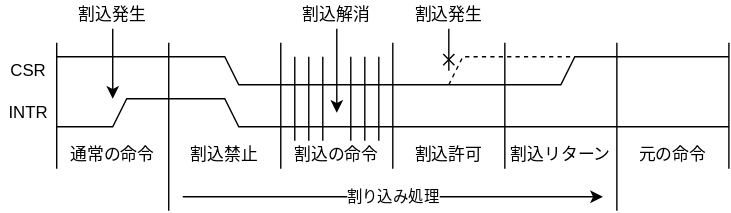
Earlier version of the draw.io export Lab/Computer/RK16/01_Architecture/img/intr_timing.dio.svg (amane-uehara/kanade-k-1228.github.io). Source tidied: cells renumbered, new cells last; positions are measured from the earlier drawing's top-left corner, leaving out a move shared by most shapes.
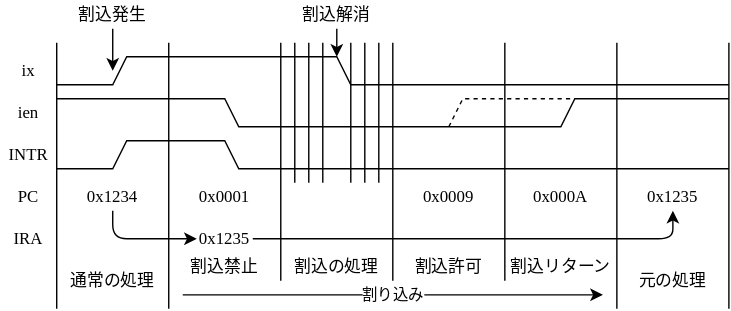
Later version of the same file.

What changed in the source:
```diff
@@ -2,22 +2,22 @@
   <root>
     <mxCell id="0" />
     <mxCell id="1" parent="0" />
-    <mxCell id="2" style="endArrow=classic;html=1;" parent="1" edge="1">
+    <mxCell id="2" style="endArrow=classic;html=1;fontFamily='Kosugi Maru';fontSource=https%3A%2F%2Ffonts.googleapis.com%2Fcss%3Ffamily%3D'Kosugi%2BMaru';" parent="1" edge="1">
       <mxGeometry relative="1" as="geometry">
-        <mxPoint x="80" y="20" as="sourcePoint" />
-        <mxPoint x="80" y="70" as="targetPoint" />
+        <mxPoint x="80" y="-10" as="sourcePoint" />
+        <mxPoint x="80" y="20" as="targetPoint" />
       </mxGeometry>
     </mxCell>
-    <mxCell id="3" style="endArrow=none;html=1;" parent="1" edge="1">
+    <mxCell id="3" style="endArrow=none;html=1;fontFamily='Kosugi Maru';fontSource=https%3A%2F%2Ffonts.googleapis.com%2Fcss%3Ffamily%3D'Kosugi%2BMaru';" parent="1" edge="1">
       <mxGeometry relative="1" as="geometry">
-        <mxPoint x="40" y="120" as="sourcePoint" />
-        <mxPoint x="40" y="30" as="targetPoint" />
+        <mxPoint x="40" y="190" as="sourcePoint" />
+        <mxPoint x="40" as="targetPoint" />
       </mxGeometry>
     </mxCell>
-    <mxCell id="4" value="割込発生" style="text;html=1;strokeColor=none;fillColor=none;align=center;verticalAlign=middle;whiteSpace=wrap;rounded=0;" parent="1" vertex="1">
-      <mxGeometry x="50" width="60" height="20" as="geometry" />
+    <mxCell id="4" value="割込発生" style="text;html=1;strokeColor=none;fillColor=none;align=center;verticalAlign=middle;whiteSpace=wrap;rounded=0;fontFamily='Kosugi Maru';fontSource=https%3A%2F%2Ffonts.googleapis.com%2Fcss%3Ffamily%3D'Kosugi%2BMaru';" parent="1" vertex="1">
+      <mxGeometry x="50" y="-30" width="60" height="20" as="geometry" />
     </mxCell>
-    <mxCell id="5" style="endArrow=none;html=1;rounded=0;" parent="1" edge="1">
+    <mxCell id="5" style="endArrow=none;html=1;rounded=0;fontFamily='Kosugi Maru';fontSource=https%3A%2F%2Ffonts.googleapis.com%2Fcss%3Ffamily%3D'Kosugi%2BMaru';" parent="1" edge="1">
       <mxGeometry relative="1" as="geometry">
         <mxPoint x="40" y="90" as="sourcePoint" />
         <mxPoint x="120" y="70" as="targetPoint" />
@@ -27,22 +27,22 @@
         </Array>
       </mxGeometry>
     </mxCell>
-    <mxCell id="6" value="通常の命令" style="text;html=1;strokeColor=none;fillColor=none;align=center;verticalAlign=middle;whiteSpace=wrap;rounded=0;" parent="1" vertex="1">
-      <mxGeometry x="40" y="100" width="80" height="20" as="geometry" />
+    <mxCell id="6" value="通常の処理" style="text;html=1;strokeColor=none;fillColor=none;align=center;verticalAlign=middle;whiteSpace=wrap;rounded=0;fontFamily='Kosugi Maru';fontSource=https%3A%2F%2Ffonts.googleapis.com%2Fcss%3Ffamily%3D'Kosugi%2BMaru';" parent="1" vertex="1">
+      <mxGeometry x="40" y="160" width="80" height="20" as="geometry" />
     </mxCell>
-    <mxCell id="7" value="INTR" style="text;html=1;strokeColor=none;fillColor=none;align=center;verticalAlign=middle;whiteSpace=wrap;rounded=0;" parent="1" vertex="1">
+    <mxCell id="7" value="INTR" style="text;html=1;strokeColor=none;fillColor=none;align=center;verticalAlign=middle;whiteSpace=wrap;rounded=0;fontFamily='Kosugi Maru';fontSource=https%3A%2F%2Ffonts.googleapis.com%2Fcss%3Ffamily%3D'Kosugi%2BMaru';" parent="1" vertex="1">
       <mxGeometry y="70" width="40" height="20" as="geometry" />
     </mxCell>
-    <mxCell id="8" value="割込の命令" style="text;html=1;strokeColor=none;fillColor=none;align=center;verticalAlign=middle;whiteSpace=wrap;rounded=0;" parent="1" vertex="1">
-      <mxGeometry x="200" y="100" width="80" height="20" as="geometry" />
+    <mxCell id="8" value="割込の処理" style="text;html=1;strokeColor=none;fillColor=none;align=center;verticalAlign=middle;whiteSpace=wrap;rounded=0;fontFamily='Kosugi Maru';fontSource=https%3A%2F%2Ffonts.googleapis.com%2Fcss%3Ffamily%3D'Kosugi%2BMaru';" parent="1" vertex="1">
+      <mxGeometry x="200" y="150" width="80" height="20" as="geometry" />
     </mxCell>
-    <mxCell id="9" style="endArrow=none;html=1;" parent="1" edge="1">
+    <mxCell id="9" style="endArrow=none;html=1;fontFamily='Kosugi Maru';fontSource=https%3A%2F%2Ffonts.googleapis.com%2Fcss%3Ffamily%3D'Kosugi%2BMaru';" parent="1" edge="1">
       <mxGeometry relative="1" as="geometry">
         <mxPoint x="220" y="100" as="sourcePoint" />
-        <mxPoint x="220" y="40" as="targetPoint" />
+        <mxPoint x="220" as="targetPoint" />
       </mxGeometry>
     </mxCell>
-    <mxCell id="10" style="endArrow=none;html=1;rounded=0;" parent="1" edge="1">
+    <mxCell id="10" style="endArrow=none;html=1;rounded=0;fontFamily='Kosugi Maru';fontSource=https%3A%2F%2Ffonts.googleapis.com%2Fcss%3Ffamily%3D'Kosugi%2BMaru';" parent="1" edge="1">
       <mxGeometry relative="1" as="geometry">
         <mxPoint x="120" y="70" as="sourcePoint" />
         <mxPoint x="200" y="90" as="targetPoint" />
@@ -52,61 +52,61 @@
         </Array>
       </mxGeometry>
     </mxCell>
-    <mxCell id="11" style="endArrow=none;html=1;" parent="1" edge="1">
+    <mxCell id="11" style="endArrow=none;html=1;fontFamily='Kosugi Maru';fontSource=https%3A%2F%2Ffonts.googleapis.com%2Fcss%3Ffamily%3D'Kosugi%2BMaru';" parent="1" edge="1">
       <mxGeometry relative="1" as="geometry">
         <mxPoint x="230" y="100" as="sourcePoint" />
-        <mxPoint x="230" y="40" as="targetPoint" />
+        <mxPoint x="230" as="targetPoint" />
       </mxGeometry>
     </mxCell>
-    <mxCell id="12" style="endArrow=classic;html=1;" parent="1" edge="1">
+    <mxCell id="12" style="endArrow=classic;html=1;fontFamily='Kosugi Maru';fontSource=https%3A%2F%2Ffonts.googleapis.com%2Fcss%3Ffamily%3D'Kosugi%2BMaru';" parent="1" edge="1">
       <mxGeometry relative="1" as="geometry">
-        <mxPoint x="240" y="20" as="sourcePoint" />
-        <mxPoint x="240" y="80" as="targetPoint" />
+        <mxPoint x="240" y="-10" as="sourcePoint" />
+        <mxPoint x="240" y="10" as="targetPoint" />
       </mxGeometry>
     </mxCell>
-    <mxCell id="13" value="割込解消" style="text;html=1;strokeColor=none;fillColor=none;align=center;verticalAlign=middle;whiteSpace=wrap;rounded=0;" parent="1" vertex="1">
-      <mxGeometry x="210" width="60" height="20" as="geometry" />
+    <mxCell id="13" value="割込解消" style="text;html=1;strokeColor=none;fillColor=none;align=center;verticalAlign=middle;whiteSpace=wrap;rounded=0;fontFamily='Kosugi Maru';fontSource=https%3A%2F%2Ffonts.googleapis.com%2Fcss%3Ffamily%3D'Kosugi%2BMaru';" parent="1" vertex="1">
+      <mxGeometry x="210" y="-30" width="60" height="20" as="geometry" />
     </mxCell>
-    <mxCell id="14" style="endArrow=none;html=1;rounded=0;" parent="1" edge="1">
+    <mxCell id="14" style="endArrow=none;html=1;rounded=0;fontFamily='Kosugi Maru';fontSource=https%3A%2F%2Ffonts.googleapis.com%2Fcss%3Ffamily%3D'Kosugi%2BMaru';" parent="1" edge="1">
       <mxGeometry relative="1" as="geometry">
         <mxPoint x="280" y="90" as="sourcePoint" />
         <mxPoint x="520" y="90" as="targetPoint" />
       </mxGeometry>
     </mxCell>
-    <mxCell id="15" style="endArrow=none;html=1;" parent="1" edge="1">
+    <mxCell id="15" style="endArrow=none;html=1;fontFamily='Kosugi Maru';fontSource=https%3A%2F%2Ffonts.googleapis.com%2Fcss%3Ffamily%3D'Kosugi%2BMaru';" parent="1" edge="1">
       <mxGeometry relative="1" as="geometry">
         <mxPoint x="260" y="100" as="sourcePoint" />
-        <mxPoint x="260" y="40" as="targetPoint" />
+        <mxPoint x="260" as="targetPoint" />
       </mxGeometry>
     </mxCell>
-    <mxCell id="16" style="endArrow=none;html=1;" parent="1" edge="1">
+    <mxCell id="16" style="endArrow=none;html=1;fontFamily='Kosugi Maru';fontSource=https%3A%2F%2Ffonts.googleapis.com%2Fcss%3Ffamily%3D'Kosugi%2BMaru';" parent="1" edge="1">
       <mxGeometry relative="1" as="geometry">
         <mxPoint x="270" y="100" as="sourcePoint" />
-        <mxPoint x="270" y="40" as="targetPoint" />
+        <mxPoint x="270" as="targetPoint" />
       </mxGeometry>
     </mxCell>
-    <mxCell id="17" style="endArrow=none;html=1;" parent="1" edge="1">
+    <mxCell id="17" style="endArrow=none;html=1;fontFamily='Kosugi Maru';fontSource=https%3A%2F%2Ffonts.googleapis.com%2Fcss%3Ffamily%3D'Kosugi%2BMaru';" parent="1" edge="1">
       <mxGeometry relative="1" as="geometry">
         <mxPoint x="210" y="100" as="sourcePoint" />
-        <mxPoint x="210" y="40" as="targetPoint" />
+        <mxPoint x="210" as="targetPoint" />
       </mxGeometry>
     </mxCell>
-    <mxCell id="18" value="割込許可" style="text;html=1;strokeColor=none;fillColor=none;align=center;verticalAlign=middle;whiteSpace=wrap;rounded=0;" parent="1" vertex="1">
-      <mxGeometry x="280" y="100" width="80" height="20" as="geometry" />
+    <mxCell id="18" value="割込許可" style="text;html=1;strokeColor=none;fillColor=none;align=center;verticalAlign=middle;whiteSpace=wrap;rounded=0;fontFamily='Kosugi Maru';fontSource=https%3A%2F%2Ffonts.googleapis.com%2Fcss%3Ffamily%3D'Kosugi%2BMaru';" parent="1" vertex="1">
+      <mxGeometry x="280" y="150" width="80" height="20" as="geometry" />
     </mxCell>
-    <mxCell id="19" value="割込禁止" style="text;html=1;strokeColor=none;fillColor=none;align=center;verticalAlign=middle;whiteSpace=wrap;rounded=0;" parent="1" vertex="1">
-      <mxGeometry x="120" y="100" width="80" height="20" as="geometry" />
+    <mxCell id="19" value="割込禁止" style="text;html=1;strokeColor=none;fillColor=none;align=center;verticalAlign=middle;whiteSpace=wrap;rounded=0;fontFamily='Kosugi Maru';fontSource=https%3A%2F%2Ffonts.googleapis.com%2Fcss%3Ffamily%3D'Kosugi%2BMaru';" parent="1" vertex="1">
+      <mxGeometry x="120" y="150" width="80" height="20" as="geometry" />
     </mxCell>
-    <mxCell id="20" style="endArrow=none;html=1;rounded=0;" parent="1" edge="1">
+    <mxCell id="20" style="endArrow=none;html=1;rounded=0;fontFamily='Kosugi Maru';fontSource=https%3A%2F%2Ffonts.googleapis.com%2Fcss%3Ffamily%3D'Kosugi%2BMaru';" parent="1" edge="1">
       <mxGeometry relative="1" as="geometry">
         <mxPoint x="200" y="90" as="sourcePoint" />
         <mxPoint x="280" y="90" as="targetPoint" />
       </mxGeometry>
     </mxCell>
-    <mxCell id="21" value="CSR" style="text;html=1;strokeColor=none;fillColor=none;align=center;verticalAlign=middle;whiteSpace=wrap;rounded=0;" parent="1" vertex="1">
+    <mxCell id="21" value="ien" style="text;html=1;strokeColor=none;fillColor=none;align=center;verticalAlign=middle;whiteSpace=wrap;rounded=0;fontFamily='Kosugi Maru';fontSource=https%3A%2F%2Ffonts.googleapis.com%2Fcss%3Ffamily%3D'Kosugi%2BMaru';" parent="1" vertex="1">
       <mxGeometry y="40" width="40" height="20" as="geometry" />
     </mxCell>
-    <mxCell id="22" style="endArrow=none;html=1;rounded=0;" parent="1" edge="1">
+    <mxCell id="22" style="endArrow=none;html=1;rounded=0;fontFamily='Kosugi Maru';fontSource=https%3A%2F%2Ffonts.googleapis.com%2Fcss%3Ffamily%3D'Kosugi%2BMaru';" parent="1" edge="1">
       <mxGeometry relative="1" as="geometry">
         <mxPoint x="40" y="40" as="sourcePoint" />
         <mxPoint x="200" y="60" as="targetPoint" />
@@ -116,7 +116,7 @@
         </Array>
       </mxGeometry>
     </mxCell>
-    <mxCell id="23" style="endArrow=none;html=1;rounded=0;" parent="1" edge="1">
+    <mxCell id="23" style="endArrow=none;html=1;rounded=0;fontFamily='Kosugi Maru';fontSource=https%3A%2F%2Ffonts.googleapis.com%2Fcss%3Ffamily%3D'Kosugi%2BMaru';" parent="1" edge="1">
       <mxGeometry relative="1" as="geometry">
         <mxPoint x="200" y="60" as="sourcePoint" />
         <mxPoint x="520" y="40" as="targetPoint" />
@@ -126,49 +126,46 @@
         </Array>
       </mxGeometry>
     </mxCell>
-    <mxCell id="24" value="割込リターン" style="text;html=1;strokeColor=none;fillColor=none;align=center;verticalAlign=middle;whiteSpace=wrap;rounded=0;" parent="1" vertex="1">
-      <mxGeometry x="360" y="100" width="80" height="20" as="geometry" />
-    </mxCell>
-    <mxCell id="25" style="endArrow=none;html=1;" parent="1" edge="1">
+    <mxCell id="25" style="endArrow=none;html=1;fontFamily='Kosugi Maru';fontSource=https%3A%2F%2Ffonts.googleapis.com%2Fcss%3Ffamily%3D'Kosugi%2BMaru';" parent="1" edge="1">
       <mxGeometry relative="1" as="geometry">
-        <mxPoint x="120" y="150" as="sourcePoint" />
-        <mxPoint x="120" y="30" as="targetPoint" />
+        <mxPoint x="120" y="190" as="sourcePoint" />
+        <mxPoint x="120" as="targetPoint" />
       </mxGeometry>
     </mxCell>
-    <mxCell id="26" style="endArrow=none;html=1;" parent="1" edge="1">
+    <mxCell id="26" style="endArrow=none;html=1;fontFamily='Kosugi Maru';fontSource=https%3A%2F%2Ffonts.googleapis.com%2Fcss%3Ffamily%3D'Kosugi%2BMaru';" parent="1" edge="1">
       <mxGeometry relative="1" as="geometry">
-        <mxPoint x="200" y="120" as="sourcePoint" />
-        <mxPoint x="200" y="30" as="targetPoint" />
+        <mxPoint x="200" y="170" as="sourcePoint" />
+        <mxPoint x="200" as="targetPoint" />
       </mxGeometry>
     </mxCell>
-    <mxCell id="27" style="endArrow=none;html=1;" parent="1" edge="1">
+    <mxCell id="27" style="endArrow=none;html=1;fontFamily='Kosugi Maru';fontSource=https%3A%2F%2Ffonts.googleapis.com%2Fcss%3Ffamily%3D'Kosugi%2BMaru';" parent="1" edge="1">
       <mxGeometry relative="1" as="geometry">
-        <mxPoint x="280" y="120" as="sourcePoint" />
-        <mxPoint x="280" y="30" as="targetPoint" />
+        <mxPoint x="280" y="170" as="sourcePoint" />
+        <mxPoint x="280" as="targetPoint" />
       </mxGeometry>
     </mxCell>
-    <mxCell id="28" style="endArrow=none;html=1;" parent="1" edge="1">
+    <mxCell id="28" style="endArrow=none;html=1;fontFamily='Kosugi Maru';fontSource=https%3A%2F%2Ffonts.googleapis.com%2Fcss%3Ffamily%3D'Kosugi%2BMaru';" parent="1" edge="1">
       <mxGeometry relative="1" as="geometry">
-        <mxPoint x="360" y="120" as="sourcePoint" />
-        <mxPoint x="360" y="30" as="targetPoint" />
+        <mxPoint x="360" y="170" as="sourcePoint" />
+        <mxPoint x="360" as="targetPoint" />
       </mxGeometry>
     </mxCell>
-    <mxCell id="29" style="endArrow=none;html=1;" parent="1" edge="1">
+    <mxCell id="29" style="endArrow=none;html=1;fontFamily='Kosugi Maru';fontSource=https%3A%2F%2Ffonts.googleapis.com%2Fcss%3Ffamily%3D'Kosugi%2BMaru';" parent="1" edge="1">
       <mxGeometry relative="1" as="geometry">
-        <mxPoint x="440" y="150" as="sourcePoint" />
-        <mxPoint x="440" y="30" as="targetPoint" />
+        <mxPoint x="440" y="190" as="sourcePoint" />
+        <mxPoint x="440" as="targetPoint" />
       </mxGeometry>
     </mxCell>
-    <mxCell id="30" style="endArrow=none;html=1;" parent="1" edge="1">
+    <mxCell id="30" style="endArrow=none;html=1;fontFamily='Kosugi Maru';fontSource=https%3A%2F%2Ffonts.googleapis.com%2Fcss%3Ffamily%3D'Kosugi%2BMaru';" parent="1" edge="1">
       <mxGeometry relative="1" as="geometry">
-        <mxPoint x="520" y="120" as="sourcePoint" />
-        <mxPoint x="520" y="30" as="targetPoint" />
+        <mxPoint x="520" y="190" as="sourcePoint" />
+        <mxPoint x="520" as="targetPoint" />
       </mxGeometry>
     </mxCell>
-    <mxCell id="31" value="元の命令" style="text;html=1;strokeColor=none;fillColor=none;align=center;verticalAlign=middle;whiteSpace=wrap;rounded=0;" parent="1" vertex="1">
-      <mxGeometry x="440" y="100" width="80" height="20" as="geometry" />
+    <mxCell id="31" value="元の処理" style="text;html=1;strokeColor=none;fillColor=none;align=center;verticalAlign=middle;whiteSpace=wrap;rounded=0;fontFamily='Kosugi Maru';fontSource=https%3A%2F%2Ffonts.googleapis.com%2Fcss%3Ffamily%3D'Kosugi%2BMaru';" parent="1" vertex="1">
+      <mxGeometry x="440" y="160" width="80" height="20" as="geometry" />
     </mxCell>
-    <mxCell id="32" style="endArrow=none;html=1;rounded=0;dashed=1;" parent="1" edge="1">
+    <mxCell id="32" style="endArrow=none;html=1;rounded=0;dashed=1;fontFamily='Kosugi Maru';fontSource=https%3A%2F%2Ffonts.googleapis.com%2Fcss%3Ffamily%3D'Kosugi%2BMaru';" parent="1" edge="1">
       <mxGeometry relative="1" as="geometry">
         <mxPoint x="320" y="60" as="sourcePoint" />
         <mxPoint x="410" y="40" as="targetPoint" />
@@ -177,31 +174,82 @@
         </Array>
       </mxGeometry>
     </mxCell>
-    <mxCell id="33" style="endArrow=classic;html=1;rounded=0;" parent="1" edge="1">
+    <mxCell id="33" style="endArrow=classic;html=1;rounded=0;fontFamily='Kosugi Maru';fontSource=https%3A%2F%2Ffonts.googleapis.com%2Fcss%3Ffamily%3D'Kosugi%2BMaru';" parent="1" edge="1">
       <mxGeometry relative="1" as="geometry">
-        <mxPoint x="130" y="140" as="sourcePoint" />
-        <mxPoint x="430" y="140" as="targetPoint" />
+        <mxPoint x="130" y="180" as="sourcePoint" />
+        <mxPoint x="430" y="180" as="targetPoint" />
       </mxGeometry>
     </mxCell>
-    <mxCell id="34" value="割り込み処理" style="edgeLabel;html=1;align=center;verticalAlign=middle;" parent="33" vertex="1">
+    <mxCell id="34" value="割り込み" style="edgeLabel;html=1;align=center;verticalAlign=middle;fontFamily='Kosugi Maru';fontSource=https%3A%2F%2Ffonts.googleapis.com%2Fcss%3Ffamily%3D'Kosugi%2BMaru';" parent="33" vertex="1">
       <mxGeometry x="0.1" relative="1" as="geometry">
         <mxPoint x="-15" as="offset" />
       </mxGeometry>
     </mxCell>
-    <mxCell id="35" style="endArrow=cross;html=1;endFill=0;" parent="1" edge="1">
-      <mxGeometry relative="1" as="geometry">
-        <mxPoint x="320" y="20" as="sourcePoint" />
-        <mxPoint x="320" y="50" as="targetPoint" />
-      </mxGeometry>
-    </mxCell>
-    <mxCell id="36" value="割込発生" style="text;html=1;strokeColor=none;fillColor=none;align=center;verticalAlign=middle;whiteSpace=wrap;rounded=0;" parent="1" vertex="1">
-      <mxGeometry x="290" width="60" height="20" as="geometry" />
-    </mxCell>
-    <mxCell id="37" style="endArrow=none;html=1;" parent="1" edge="1">
+    <mxCell id="37" style="endArrow=none;html=1;fontFamily='Kosugi Maru';fontSource=https%3A%2F%2Ffonts.googleapis.com%2Fcss%3Ffamily%3D'Kosugi%2BMaru';" parent="1" edge="1">
       <mxGeometry relative="1" as="geometry">
         <mxPoint x="250" y="100" as="sourcePoint" />
-        <mxPoint x="250" y="40" as="targetPoint" />
+        <mxPoint x="250" as="targetPoint" />
       </mxGeometry>
     </mxCell>
+    <mxCell id="38" value="PC" style="text;html=1;strokeColor=none;fillColor=none;align=center;verticalAlign=middle;whiteSpace=wrap;rounded=0;fontFamily='Kosugi Maru';fontSource=https%3A%2F%2Ffonts.googleapis.com%2Fcss%3Ffamily%3D'Kosugi%2BMaru';" parent="1" vertex="1">
+      <mxGeometry y="100" width="40" height="20" as="geometry" />
+    </mxCell>
+    <mxCell id="39" value="ix" style="text;html=1;strokeColor=none;fillColor=none;align=center;verticalAlign=middle;whiteSpace=wrap;rounded=0;fontFamily='Kosugi Maru';fontSource=https%3A%2F%2Ffonts.googleapis.com%2Fcss%3Ffamily%3D'Kosugi%2BMaru';" parent="1" vertex="1">
+      <mxGeometry y="10" width="40" height="20" as="geometry" />
+    </mxCell>
+    <mxCell id="40" style="endArrow=none;html=1;rounded=0;fontFamily='Kosugi Maru';fontSource=https%3A%2F%2Ffonts.googleapis.com%2Fcss%3Ffamily%3D'Kosugi%2BMaru';" parent="1" edge="1">
+      <mxGeometry relative="1" as="geometry">
+        <mxPoint x="40" y="30" as="sourcePoint" />
+        <mxPoint x="520" y="30" as="targetPoint" />
+        <Array as="points">
+          <mxPoint x="80" y="30" />
+          <mxPoint x="90" y="10" />
+          <mxPoint x="240" y="10" />
+          <mxPoint x="250" y="30" />
+        </Array>
+      </mxGeometry>
+    </mxCell>
+    <mxCell id="41" value="0x1234" style="text;html=1;strokeColor=none;fillColor=none;align=center;verticalAlign=middle;whiteSpace=wrap;rounded=0;fontFamily='Kosugi Maru';fontSource=https%3A%2F%2Ffonts.googleapis.com%2Fcss%3Ffamily%3D'Kosugi%2BMaru';" parent="1" vertex="1">
+      <mxGeometry x="40" y="100" width="80" height="20" as="geometry" />
+    </mxCell>
+    <mxCell id="42" value="IRA" style="text;html=1;strokeColor=none;fillColor=none;align=center;verticalAlign=middle;whiteSpace=wrap;rounded=0;fontFamily='Kosugi Maru';fontSource=https%3A%2F%2Ffonts.googleapis.com%2Fcss%3Ffamily%3D'Kosugi%2BMaru';" parent="1" vertex="1">
+      <mxGeometry y="130" width="40" height="20" as="geometry" />
+    </mxCell>
+    <mxCell id="43" value="0x1235" style="text;html=1;strokeColor=none;fillColor=none;align=center;verticalAlign=middle;whiteSpace=wrap;rounded=0;fontFamily='Kosugi Maru';fontSource=https%3A%2F%2Ffonts.googleapis.com%2Fcss%3Ffamily%3D'Kosugi%2BMaru';" parent="1" vertex="1">
+      <mxGeometry x="120" y="130" width="80" height="20" as="geometry" />
+    </mxCell>
+    <mxCell id="44" value="0x0001" style="text;html=1;strokeColor=none;fillColor=none;align=center;verticalAlign=middle;whiteSpace=wrap;rounded=0;fontFamily='Kosugi Maru';fontSource=https%3A%2F%2Ffonts.googleapis.com%2Fcss%3Ffamily%3D'Kosugi%2BMaru';" parent="1" vertex="1">
+      <mxGeometry x="120" y="100" width="80" height="20" as="geometry" />
+    </mxCell>
+    <mxCell id="45" value="0x0009" style="text;html=1;strokeColor=none;fillColor=none;align=center;verticalAlign=middle;whiteSpace=wrap;rounded=0;fontFamily='Kosugi Maru';fontSource=https%3A%2F%2Ffonts.googleapis.com%2Fcss%3Ffamily%3D'Kosugi%2BMaru';" parent="1" vertex="1">
+      <mxGeometry x="280" y="100" width="80" height="20" as="geometry" />
+    </mxCell>
+    <mxCell id="46" value="0x000A" style="text;html=1;strokeColor=none;fillColor=none;align=center;verticalAlign=middle;whiteSpace=wrap;rounded=0;fontFamily='Kosugi Maru';fontSource=https%3A%2F%2Ffonts.googleapis.com%2Fcss%3Ffamily%3D'Kosugi%2BMaru';" parent="1" vertex="1">
+      <mxGeometry x="360" y="100" width="80" height="20" as="geometry" />
+    </mxCell>
+    <mxCell id="24" value="割込リターン" style="text;html=1;strokeColor=none;fillColor=none;align=center;verticalAlign=middle;whiteSpace=wrap;rounded=0;fontFamily='Kosugi Maru';fontSource=https%3A%2F%2Ffonts.googleapis.com%2Fcss%3Ffamily%3D'Kosugi%2BMaru';" parent="1" vertex="1">
+      <mxGeometry x="360" y="150" width="80" height="20" as="geometry" />
+    </mxCell>
+    <mxCell id="47" value="0x1235" style="text;html=1;strokeColor=none;fillColor=none;align=center;verticalAlign=middle;whiteSpace=wrap;rounded=0;fontFamily='Kosugi Maru';fontSource=https%3A%2F%2Ffonts.googleapis.com%2Fcss%3Ffamily%3D'Kosugi%2BMaru';" parent="1" vertex="1">
+      <mxGeometry x="440" y="100" width="80" height="20" as="geometry" />
+    </mxCell>
+    <mxCell id="48" style="endArrow=classic;html=1;rounded=1;fontFamily='Kosugi Maru';fontSource=https%3A%2F%2Ffonts.googleapis.com%2Fcss%3Ffamily%3D'Kosugi%2BMaru';" parent="1" edge="1">
+      <mxGeometry relative="1" as="geometry">
+        <mxPoint x="180" y="140" as="sourcePoint" />
+        <mxPoint x="480" y="120" as="targetPoint" />
+        <Array as="points">
+          <mxPoint x="480" y="140" />
+        </Array>
+      </mxGeometry>
+    </mxCell>
+    <mxCell id="49" style="endArrow=classic;html=1;rounded=1;fontFamily='Kosugi Maru';fontSource=https%3A%2F%2Ffonts.googleapis.com%2Fcss%3Ffamily%3D'Kosugi%2BMaru';" parent="1" edge="1">
+      <mxGeometry relative="1" as="geometry">
+        <mxPoint x="80" y="120" as="sourcePoint" />
+        <mxPoint x="140" y="140" as="targetPoint" />
+        <Array as="points">
+          <mxPoint x="80" y="140" />
+        </Array>
+      </mxGeometry>
+    </mxCell>
   </root>
 </mxGraphModel>
```
